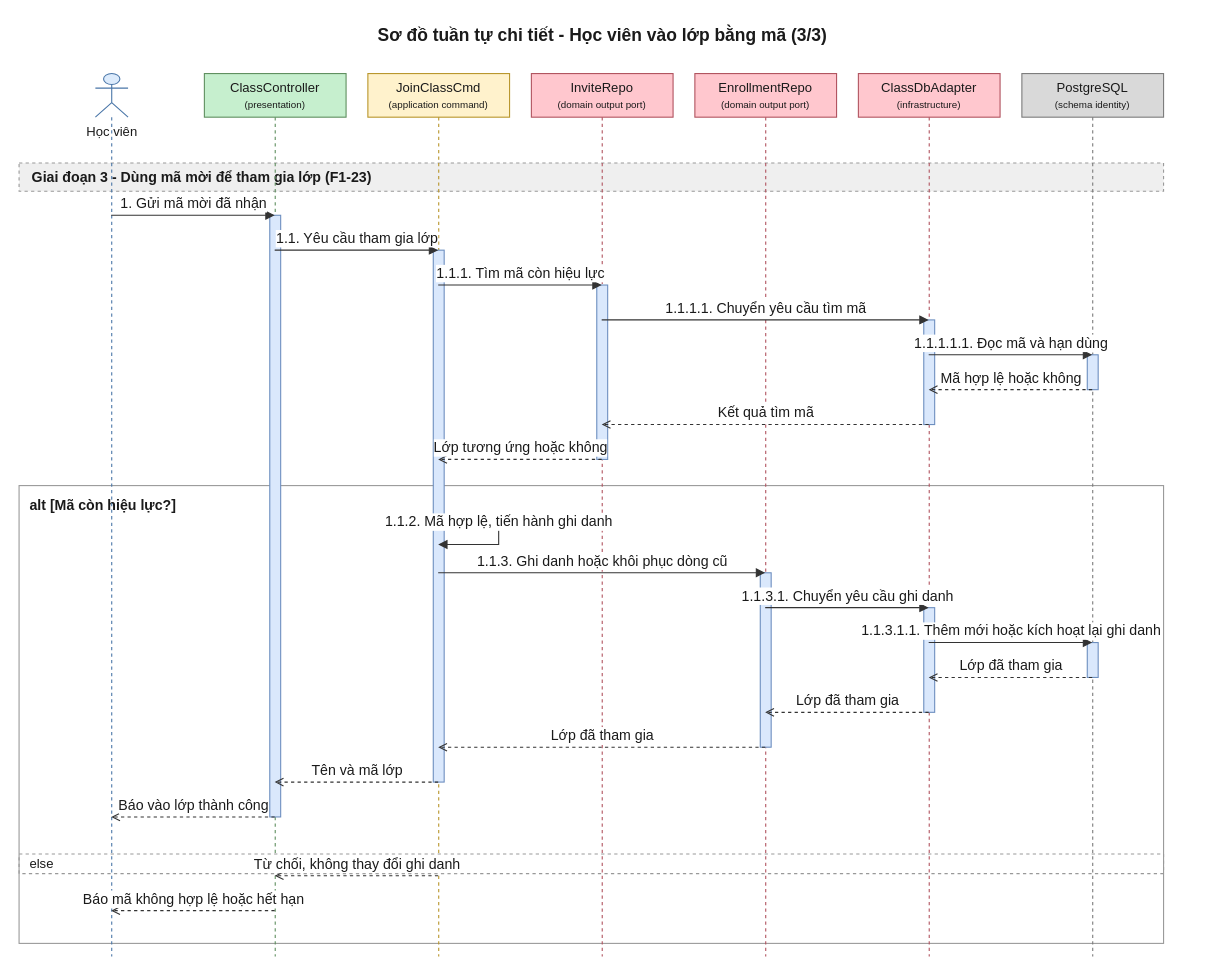
Above: 08-diagram/sequence/gv/sequence_gv_tao_lop_va_ma_moi_p3.drawio in daiphu1801/PRJ_ALGOPREP (draw.io), before the change. Source tidied: cells renumbered, new cells numbered last; positions are measured from the earlier drawing's top-left corner, leaving out a move shared by most shapes. Both pictures are drawn from the tidied source at 109%, with x=0, y=0 at pixel (19, 19).
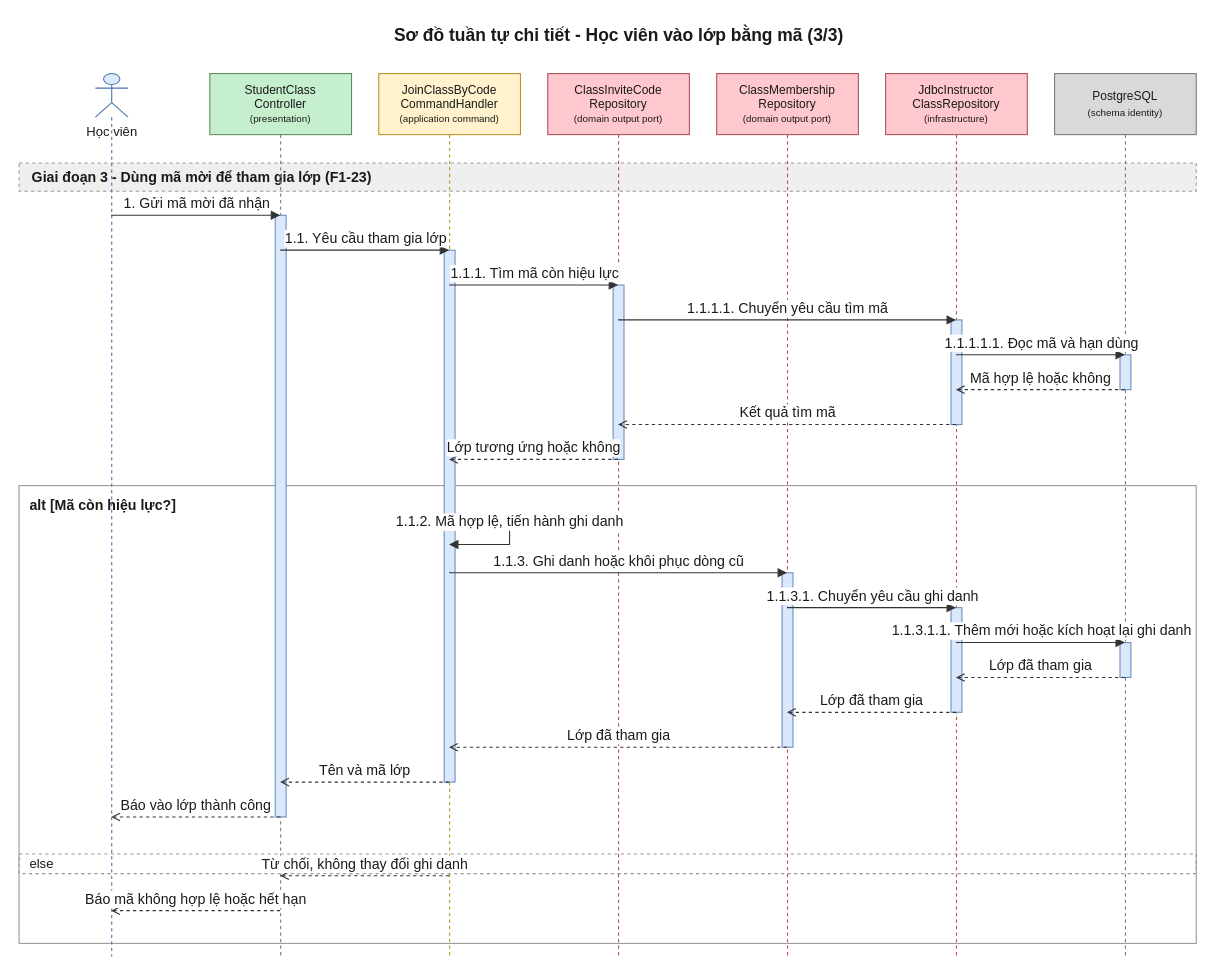
The same diagram, later.

The edit, as a diff of the source:
```diff
@@
     <mxCell id="2" value="Sơ đồ tuần tự chi tiết - Học viên vào lớp bằng mã (3/3)" style="text;html=1;fontSize=16;fontStyle=1;align=center;verticalAlign=middle;fontColor=#1A1A1A;" parent="1" vertex="1">
-      <mxGeometry x="20" width="1030" height="30" as="geometry" />
+      <mxGeometry x="20" width="1060" height="30" as="geometry" />
     </mxCell>
     <mxCell id="3" value="alt [Mã còn hiệu lực?]" style="algoprep=alt;rounded=0;whiteSpace=wrap;html=1;fillColor=none;strokeColor=#999999;verticalAlign=top;align=left;spacingLeft=8;spacingTop=4;fontColor=#1A1A1A;fontSize=13;fontStyle=1;dashed=0;" parent="1" vertex="1">
-      <mxGeometry y="428" width="1050" height="420" as="geometry" />
+      <mxGeometry y="428" width="1080" height="420" as="geometry" />
     </mxCell>
     <mxCell id="4" value="else" style="text;html=1;dashed=1;strokeColor=#999999;fillColor=none;align=left;verticalAlign=middle;spacingLeft=8;fontColor=#1A1A1A;fontSize=12;" parent="1" vertex="1">
-      <mxGeometry y="766" width="1050" height="18" as="geometry" />
+      <mxGeometry y="766" width="1080" height="18" as="geometry" />
     </mxCell>
     <mxCell id="5" value="Giai đoạn 3 - Dùng mã mời để tham gia lớp (F1-23)" style="algoprep=phase;rounded=0;whiteSpace=wrap;html=1;fillColor=#EFEFEF;strokeColor=#999999;dashed=1;align=left;verticalAlign=middle;spacingLeft=10;fontColor=#1A1A1A;fontSize=13;fontStyle=1;" parent="1" vertex="1">
-      <mxGeometry y="132" width="1050" height="26" as="geometry" />
+      <mxGeometry y="132" width="1080" height="26" as="geometry" />
     </mxCell>
@@
-    <mxCell id="7" value="ClassController&lt;br&gt;&lt;font style=&quot;font-size:9px&quot;&gt;(presentation)&lt;/font&gt;" style="shape=umlLifeline;perimeter=lifelinePerimeter;whiteSpace=wrap;html=1;outlineConnect=0;size=40;fillColor=#C6EFCE;strokeColor=#5E8E5E;fontColor=#1A1A1A;" parent="1" vertex="1">
-      <mxGeometry x="170" y="50" width="130" height="810" as="geometry" />
+    <mxCell id="7" value="StudentClass&lt;br&gt;Controller&lt;br&gt;&lt;font style=&quot;font-size:9px&quot;&gt;(presentation)&lt;/font&gt;" style="shape=umlLifeline;perimeter=lifelinePerimeter;whiteSpace=wrap;html=1;outlineConnect=0;size=56;fontSize=11;fillColor=#C6EFCE;strokeColor=#5E8E5E;fontColor=#1A1A1A;" parent="1" vertex="1">
+      <mxGeometry x="175" y="50" width="130" height="810" as="geometry" />
     </mxCell>
-    <mxCell id="8" value="JoinClassCmd&lt;br&gt;&lt;font style=&quot;font-size:9px&quot;&gt;(application command)&lt;/font&gt;" style="shape=umlLifeline;perimeter=lifelinePerimeter;whiteSpace=wrap;html=1;outlineConnect=0;size=40;fillColor=#FFF2CC;strokeColor=#B8952A;fontColor=#1A1A1A;" parent="1" vertex="1">
-      <mxGeometry x="320" y="50" width="130" height="810" as="geometry" />
+    <mxCell id="8" value="JoinClassByCode&lt;br&gt;CommandHandler&lt;br&gt;&lt;font style=&quot;font-size:9px&quot;&gt;(application command)&lt;/font&gt;" style="shape=umlLifeline;perimeter=lifelinePerimeter;whiteSpace=wrap;html=1;outlineConnect=0;size=56;fontSize=11;fillColor=#FFF2CC;strokeColor=#B8952A;fontColor=#1A1A1A;" parent="1" vertex="1">
+      <mxGeometry x="330" y="50" width="130" height="810" as="geometry" />
     </mxCell>
-    <mxCell id="9" value="InviteRepo&lt;br&gt;&lt;font style=&quot;font-size:9px&quot;&gt;(domain output port)&lt;/font&gt;" style="shape=umlLifeline;perimeter=lifelinePerimeter;whiteSpace=wrap;html=1;outlineConnect=0;size=40;fillColor=#FFC7CE;strokeColor=#B0525E;fontColor=#1A1A1A;" parent="1" vertex="1">
-      <mxGeometry x="470" y="50" width="130" height="810" as="geometry" />
+    <mxCell id="9" value="ClassInviteCode&lt;br&gt;Repository&lt;br&gt;&lt;font style=&quot;font-size:9px&quot;&gt;(domain output port)&lt;/font&gt;" style="shape=umlLifeline;perimeter=lifelinePerimeter;whiteSpace=wrap;html=1;outlineConnect=0;size=56;fontSize=11;fillColor=#FFC7CE;strokeColor=#B0525E;fontColor=#1A1A1A;" parent="1" vertex="1">
+      <mxGeometry x="485" y="50" width="130" height="810" as="geometry" />
     </mxCell>
-    <mxCell id="10" value="EnrollmentRepo&lt;br&gt;&lt;font style=&quot;font-size:9px&quot;&gt;(domain output port)&lt;/font&gt;" style="shape=umlLifeline;perimeter=lifelinePerimeter;whiteSpace=wrap;html=1;outlineConnect=0;size=40;fillColor=#FFC7CE;strokeColor=#B0525E;fontColor=#1A1A1A;" parent="1" vertex="1">
-      <mxGeometry x="620" y="50" width="130" height="810" as="geometry" />
+    <mxCell id="10" value="ClassMembership&lt;br&gt;Repository&lt;br&gt;&lt;font style=&quot;font-size:9px&quot;&gt;(domain output port)&lt;/font&gt;" style="shape=umlLifeline;perimeter=lifelinePerimeter;whiteSpace=wrap;html=1;outlineConnect=0;size=56;fontSize=11;fillColor=#FFC7CE;strokeColor=#B0525E;fontColor=#1A1A1A;" parent="1" vertex="1">
+      <mxGeometry x="640" y="50" width="130" height="810" as="geometry" />
     </mxCell>
-    <mxCell id="11" value="ClassDbAdapter&lt;br&gt;&lt;font style=&quot;font-size:9px&quot;&gt;(infrastructure)&lt;/font&gt;" style="shape=umlLifeline;perimeter=lifelinePerimeter;whiteSpace=wrap;html=1;outlineConnect=0;size=40;fillColor=#FFC7CE;strokeColor=#B0525E;fontColor=#1A1A1A;" parent="1" vertex="1">
-      <mxGeometry x="770" y="50" width="130" height="810" as="geometry" />
+    <mxCell id="11" value="JdbcInstructor&lt;br&gt;ClassRepository&lt;br&gt;&lt;font style=&quot;font-size:9px&quot;&gt;(infrastructure)&lt;/font&gt;" style="shape=umlLifeline;perimeter=lifelinePerimeter;whiteSpace=wrap;html=1;outlineConnect=0;size=56;fontSize=11;fillColor=#FFC7CE;strokeColor=#B0525E;fontColor=#1A1A1A;" parent="1" vertex="1">
+      <mxGeometry x="795" y="50" width="130" height="810" as="geometry" />
     </mxCell>
-    <mxCell id="12" value="PostgreSQL&lt;br&gt;&lt;font style=&quot;font-size:9px&quot;&gt;(schema identity)&lt;/font&gt;" style="shape=umlLifeline;perimeter=lifelinePerimeter;whiteSpace=wrap;html=1;outlineConnect=0;size=40;fillColor=#D9D9D9;strokeColor=#7A7A7A;fontColor=#1A1A1A;" parent="1" vertex="1">
-      <mxGeometry x="920" y="50" width="130" height="810" as="geometry" />
+    <mxCell id="12" value="PostgreSQL&lt;br&gt;&lt;font style=&quot;font-size:9px&quot;&gt;(schema identity)&lt;/font&gt;" style="shape=umlLifeline;perimeter=lifelinePerimeter;whiteSpace=wrap;html=1;outlineConnect=0;size=56;fontSize=11;fillColor=#D9D9D9;strokeColor=#7A7A7A;fontColor=#1A1A1A;" parent="1" vertex="1">
+      <mxGeometry x="950" y="50" width="130" height="810" as="geometry" />
     </mxCell>
@@
     <mxCell id="29" value="1.1.2. Mã hợp lệ, tiến hành ghi danh" style="edgeStyle=orthogonalEdgeStyle;rounded=0;html=1;endArrow=block;endFill=1;strokeColor=#333333;fontColor=#1A1A1A;fontSize=13;verticalAlign=bottom;exitX=0.5;exitY=0.5086;exitDx=0;exitDy=0;entryX=0.5;entryY=0.5333;entryDx=0;entryDy=0;" parent="1" edge="1" source="8" target="8">
       <mxGeometry relative="1" as="geometry">
         <Array as="points">
-          <mxPoint x="440" y="462" />
-          <mxPoint x="440" y="482" />
+          <mxPoint x="450" y="462" />
+          <mxPoint x="450" y="482" />
         </Array>
       </mxGeometry>
     </mxCell>
```
